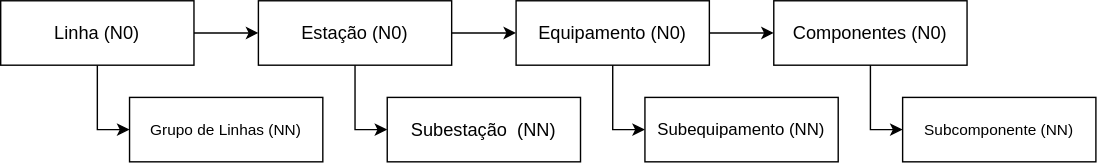
Above: project/docs/source/lines/line32/2020_2021/software/classificacao/class_geral.svg in luismbarroso/luisbarroso-documentacao (draw.io), before the change. Source tidied: cells renumbered, new cells last; positions are measured from the earlier drawing's top-left corner, leaving out a move shared by most shapes.
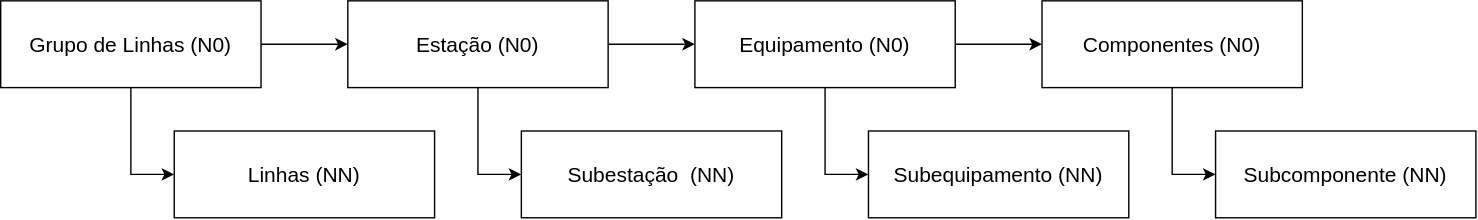
The same file after the commit.

What changed in the source:
```diff
@@ -3,74 +3,74 @@
     <mxCell id="0" />
     <mxCell id="1" parent="0" />
     <mxCell id="2" style="group;" parent="1" vertex="1">
-      <mxGeometry width="782" height="115" as="geometry" />
+      <mxGeometry width="1054" height="155" as="geometry" />
     </mxCell>
     <mxCell id="3" style="endArrow=none;html=1;fontSize=7;entryX=0.5;entryY=1;entryDx=0;entryDy=0;rounded=0;startArrow=classic;startFill=1;" parent="2" edge="1" target="4">
-      <mxGeometry x="-23" y="-184" as="geometry">
-        <mxPoint x="92" y="92" as="sourcePoint" />
+      <mxGeometry x="-31" y="-248" as="geometry">
+        <mxPoint x="124" y="124" as="sourcePoint" />
         <Array as="points">
-          <mxPoint x="69" y="92" />
+          <mxPoint x="93" y="124" />
         </Array>
       </mxGeometry>
     </mxCell>
-    <mxCell id="4" value="&lt;span style=&quot;font-size: 13px ; text-align: left&quot;&gt;Linha (N0)&lt;/span&gt;" style="rounded=0;whiteSpace=wrap;html=1;" parent="2" vertex="1">
-      <mxGeometry width="138" height="46" as="geometry" />
+    <mxCell id="4" value="&lt;font style=&quot;font-size: 15px&quot;&gt;Grupo de Linhas (N0)&lt;/font&gt;" style="rounded=0;whiteSpace=wrap;html=1;" parent="2" vertex="1">
+      <mxGeometry width="186" height="62" as="geometry" />
     </mxCell>
-    <mxCell id="5" value="&lt;span style=&quot;font-size: 13px ; text-align: left&quot;&gt;Estação (N0)&lt;/span&gt;" style="rounded=0;whiteSpace=wrap;html=1;" parent="2" vertex="1">
-      <mxGeometry x="184" width="138" height="46" as="geometry" />
+    <mxCell id="5" value="&lt;span style=&quot;text-align: left&quot;&gt;&lt;font style=&quot;font-size: 15px&quot;&gt;Estação (N0)&lt;/font&gt;&lt;/span&gt;" style="rounded=0;whiteSpace=wrap;html=1;" parent="2" vertex="1">
+      <mxGeometry x="248" width="186" height="62" as="geometry" />
     </mxCell>
     <mxCell id="6" style="edgeStyle=orthogonalEdgeStyle;rounded=0;jettySize=auto;html=1;entryX=0;entryY=0.5;entryDx=0;entryDy=0;" parent="2" edge="1" source="4" target="5">
       <mxGeometry relative="1" as="geometry" />
     </mxCell>
-    <mxCell id="7" value="&lt;span style=&quot;font-size: 13px ; text-align: left&quot;&gt;Equipamento (N0)&lt;/span&gt;" style="rounded=0;whiteSpace=wrap;html=1;" parent="2" vertex="1">
-      <mxGeometry x="368" width="138" height="46" as="geometry" />
+    <mxCell id="7" value="&lt;span style=&quot;text-align: left&quot;&gt;&lt;font style=&quot;font-size: 15px&quot;&gt;Equipamento (N0)&lt;/font&gt;&lt;/span&gt;" style="rounded=0;whiteSpace=wrap;html=1;" parent="2" vertex="1">
+      <mxGeometry x="496" width="186" height="62" as="geometry" />
     </mxCell>
     <mxCell id="8" style="edgeStyle=orthogonalEdgeStyle;rounded=0;jettySize=auto;html=1;entryX=0;entryY=0.5;entryDx=0;entryDy=0;" parent="2" edge="1" source="5" target="7">
       <mxGeometry relative="1" as="geometry" />
     </mxCell>
-    <mxCell id="9" value="&lt;span style=&quot;font-size: 13px ; text-align: left&quot;&gt;Componentes (N0)&lt;/span&gt;" style="rounded=0;whiteSpace=wrap;html=1;" parent="2" vertex="1">
-      <mxGeometry x="552" width="138" height="46" as="geometry" />
+    <mxCell id="9" value="&lt;span style=&quot;text-align: left&quot;&gt;&lt;font style=&quot;font-size: 15px&quot;&gt;Componentes (N0)&lt;/font&gt;&lt;/span&gt;" style="rounded=0;whiteSpace=wrap;html=1;" parent="2" vertex="1">
+      <mxGeometry x="744" width="186" height="62" as="geometry" />
     </mxCell>
     <mxCell id="10" style="edgeStyle=orthogonalEdgeStyle;rounded=0;jettySize=auto;html=1;" parent="2" edge="1" source="7" target="9">
       <mxGeometry relative="1" as="geometry" />
     </mxCell>
     <mxCell id="11" style="endArrow=none;html=1;fontSize=7;entryX=0.5;entryY=1;entryDx=0;entryDy=0;rounded=0;startArrow=classic;startFill=1;" parent="2" edge="1" target="5">
-      <mxGeometry x="-17.2" y="-178.2" as="geometry">
-        <mxPoint x="276" y="92" as="sourcePoint" />
+      <mxGeometry x="-23.2" y="-240.2" as="geometry">
+        <mxPoint x="372" y="124" as="sourcePoint" />
         <Array as="points">
-          <mxPoint x="253" y="92" />
+          <mxPoint x="341" y="124" />
         </Array>
       </mxGeometry>
     </mxCell>
-    <mxCell id="12" value="&lt;div&gt;&lt;span&gt;&lt;font style=&quot;font-size: 11px&quot;&gt;Grupo de Linhas (NN)&lt;/font&gt;&lt;/span&gt;&lt;/div&gt;" style="rounded=0;whiteSpace=wrap;html=1;align=center;" parent="2" vertex="1">
-      <mxGeometry x="92" y="69" width="138" height="46" as="geometry" />
+    <mxCell id="12" value="&lt;div&gt;&lt;span&gt;&lt;font style=&quot;font-size: 15px&quot;&gt;Linhas (NN)&lt;/font&gt;&lt;/span&gt;&lt;/div&gt;" style="rounded=0;whiteSpace=wrap;html=1;align=center;" parent="2" vertex="1">
+      <mxGeometry x="124" y="93" width="186" height="62" as="geometry" />
     </mxCell>
-    <mxCell id="13" value="&lt;span style=&quot;font-size: 13px ; text-align: left&quot;&gt;Subestação&amp;nbsp;&amp;nbsp;(NN)&lt;/span&gt;" style="rounded=0;whiteSpace=wrap;html=1;" parent="2" vertex="1">
-      <mxGeometry x="276" y="69" width="138" height="46" as="geometry" />
+    <mxCell id="13" value="&lt;span style=&quot;text-align: left&quot;&gt;&lt;font style=&quot;font-size: 15px&quot;&gt;Subestação&amp;nbsp;&amp;nbsp;(NN)&lt;/font&gt;&lt;/span&gt;" style="rounded=0;whiteSpace=wrap;html=1;" parent="2" vertex="1">
+      <mxGeometry x="372" y="93" width="186" height="62" as="geometry" />
     </mxCell>
-    <mxCell id="14" value="&lt;span style=&quot;text-align: left&quot;&gt;&lt;font style=&quot;font-size: 12px&quot;&gt;Subequipamento&amp;nbsp;(NN)&lt;/font&gt;&lt;/span&gt;" style="rounded=0;whiteSpace=wrap;html=1;" parent="2" vertex="1">
-      <mxGeometry x="460" y="69" width="138" height="46" as="geometry" />
+    <mxCell id="14" value="&lt;span style=&quot;text-align: left&quot;&gt;&lt;font style=&quot;font-size: 15px&quot;&gt;Subequipamento&amp;nbsp;(NN)&lt;/font&gt;&lt;/span&gt;" style="rounded=0;whiteSpace=wrap;html=1;" parent="2" vertex="1">
+      <mxGeometry x="620" y="93" width="186" height="62" as="geometry" />
     </mxCell>
     <mxCell id="15" style="endArrow=none;html=1;fontSize=7;entryX=0.5;entryY=1;entryDx=0;entryDy=0;rounded=0;startArrow=classic;startFill=1;" parent="2" edge="1">
-      <mxGeometry x="166.8" y="-178.2" as="geometry">
-        <mxPoint x="460" y="92" as="sourcePoint" />
-        <mxPoint x="437" y="46" as="targetPoint" />
+      <mxGeometry x="224.8" y="-240.2" as="geometry">
+        <mxPoint x="620" y="124" as="sourcePoint" />
+        <mxPoint x="589" y="62" as="targetPoint" />
         <Array as="points">
-          <mxPoint x="437" y="92" />
+          <mxPoint x="589" y="124" />
         </Array>
       </mxGeometry>
     </mxCell>
     <mxCell id="16" style="endArrow=none;html=1;fontSize=7;entryX=0.5;entryY=1;entryDx=0;entryDy=0;rounded=0;startArrow=classic;startFill=1;" parent="2" edge="1">
-      <mxGeometry x="350.8" y="-178.2" as="geometry">
-        <mxPoint x="644" y="92" as="sourcePoint" />
-        <mxPoint x="621" y="46" as="targetPoint" />
+      <mxGeometry x="472.8" y="-240.2" as="geometry">
+        <mxPoint x="868" y="124" as="sourcePoint" />
+        <mxPoint x="837" y="62" as="targetPoint" />
         <Array as="points">
-          <mxPoint x="621" y="92" />
+          <mxPoint x="837" y="124" />
         </Array>
       </mxGeometry>
     </mxCell>
-    <mxCell id="17" value="&lt;span style=&quot;text-align: left&quot;&gt;&lt;font style=&quot;font-size: 11px&quot;&gt;Subcomponente&amp;nbsp;(NN)&lt;/font&gt;&lt;/span&gt;" style="rounded=0;whiteSpace=wrap;html=1;" parent="2" vertex="1">
-      <mxGeometry x="644" y="69" width="138" height="46" as="geometry" />
+    <mxCell id="17" value="&lt;span style=&quot;text-align: left&quot;&gt;&lt;font style=&quot;font-size: 15px&quot;&gt;Subcomponente&amp;nbsp;(NN)&lt;/font&gt;&lt;/span&gt;" style="rounded=0;whiteSpace=wrap;html=1;" parent="2" vertex="1">
+      <mxGeometry x="868" y="93" width="186" height="62" as="geometry" />
     </mxCell>
   </root>
 </mxGraphModel>
```
